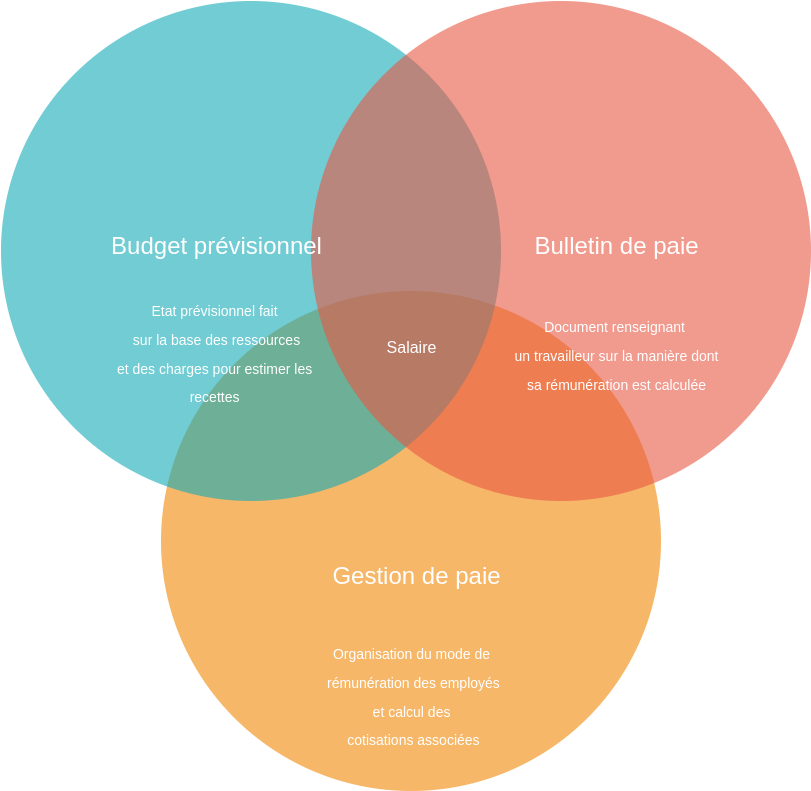
This is resources/diagrams/venn_concepts.drawio.png from Pericles001/oprs_payroll_system, a draw.io export, as it was before one commit. Source tidied: cells renumbered, new cells last; positions are measured from the earlier drawing's top-left corner, leaving out a move shared by most shapes.
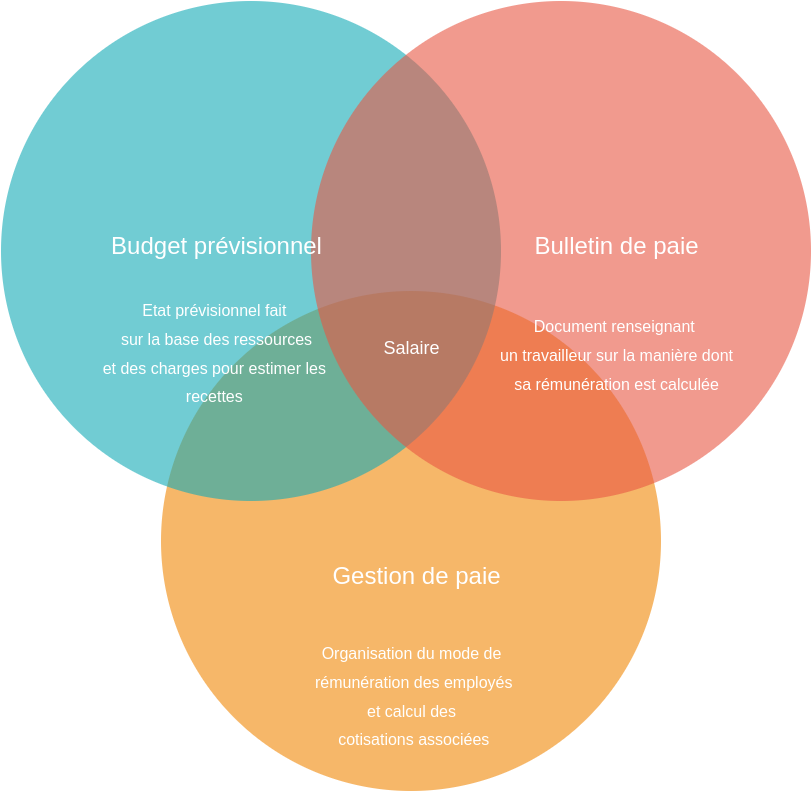
Above is the later version.

Diff of the diagram source:
```diff
@@ -20,16 +20,16 @@
     <mxCell id="7" value="Gestion de paie" style="text;fontSize=24;align=center;verticalAlign=middle;html=1;fontColor=#FFFFFF;" parent="1" vertex="1">
       <mxGeometry x="319.5" y="540.5" width="190" height="70" as="geometry" />
     </mxCell>
-    <mxCell id="8" value="Salaire" style="text;align=center;html=1;fontColor=#FFFFFF;fontSize=16;" parent="1" vertex="1">
+    <mxCell id="8" value="&lt;font style=&quot;font-size: 18px&quot;&gt;Salaire&lt;/font&gt;" style="text;align=center;html=1;fontColor=#FFFFFF;fontSize=16;" parent="1" vertex="1">
       <mxGeometry x="389.5" y="330.5" width="40" height="40" as="geometry" />
     </mxCell>
-    <mxCell id="9" value="&lt;font style=&quot;font-size: 14px&quot;&gt;Organisation du mode de&lt;br&gt;&amp;nbsp;rémunération des employés&lt;br&gt;et&amp;nbsp;calcul des&lt;br&gt;&amp;nbsp;cotisations associées&lt;br&gt;&lt;/font&gt;" style="text;fontSize=24;align=center;verticalAlign=middle;html=1;fontColor=#FFFFFF;" parent="1" vertex="1">
+    <mxCell id="9" value="&lt;font style=&quot;font-size: 16px&quot;&gt;Organisation du mode de&lt;br&gt;&amp;nbsp;rémunération des employés&lt;br&gt;et&amp;nbsp;calcul des&lt;br&gt;&amp;nbsp;cotisations associées&lt;br&gt;&lt;/font&gt;" style="text;fontSize=24;align=center;verticalAlign=middle;html=1;fontColor=#FFFFFF;" parent="1" vertex="1">
       <mxGeometry x="314.2" y="642" width="190.5" height="104" as="geometry" />
     </mxCell>
-    <mxCell id="10" value="&lt;span style=&quot;font-size: 14px&quot;&gt;Etat prévisionnel fait&amp;nbsp;&lt;br&gt;sur la base des ressources&lt;br&gt;et des charges pour estimer les&amp;nbsp;&lt;br&gt;recettes&amp;nbsp;&lt;br&gt;&lt;/span&gt;" style="text;fontSize=24;align=center;verticalAlign=middle;html=1;fontColor=#FFFFFF;" parent="1" vertex="1">
+    <mxCell id="10" value="&lt;span style=&quot;font-size: 16px&quot;&gt;Etat prévisionnel fait&amp;nbsp;&lt;br&gt;sur la base des ressources&lt;br&gt;et des charges pour estimer les&amp;nbsp;&lt;br&gt;recettes&amp;nbsp;&lt;br&gt;&lt;/span&gt;" style="text;fontSize=24;align=center;verticalAlign=middle;html=1;fontColor=#FFFFFF;" parent="1" vertex="1">
       <mxGeometry x="119.5" y="315.5" width="190" height="70" as="geometry" />
     </mxCell>
-    <mxCell id="11" value="&lt;font style=&quot;font-size: 14px&quot;&gt;Document renseignant &lt;br&gt;un travailleur sur la manière dont&lt;br&gt;sa rémunération est calculée&lt;br&gt;&lt;br&gt;&lt;/font&gt;" style="text;fontSize=24;align=center;verticalAlign=middle;html=1;fontColor=#FFFFFF;" parent="1" vertex="1">
+    <mxCell id="11" value="&lt;font style=&quot;font-size: 16px&quot;&gt;Document renseignant &lt;br&gt;un travailleur sur la manière dont&lt;br&gt;sa rémunération est calculée&lt;br&gt;&lt;br&gt;&lt;/font&gt;" style="text;fontSize=24;align=center;verticalAlign=middle;html=1;fontColor=#FFFFFF;" parent="1" vertex="1">
       <mxGeometry x="519.5" y="332" width="190" height="70" as="geometry" />
     </mxCell>
   </root>
```
